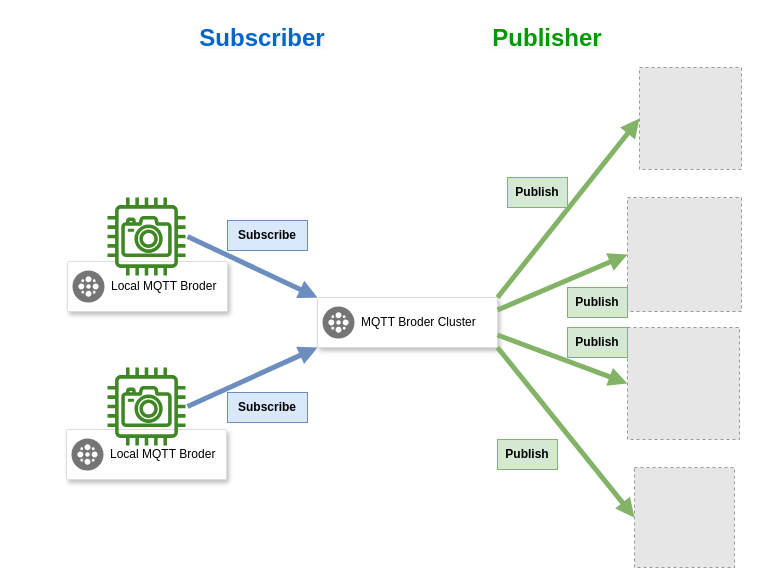
sun873087/drawio keeps this draw.io diagram as RTSP_MQTT_framework.drawio. Above is the earlier version. Source tidied: cells renumbered, new cells numbered last; positions are measured from the earlier drawing's top-left corner, leaving out a move shared by most shapes. Both pictures are drawn from the tidied source at 100%, with x=0, y=0 at pixel (66, 17). Pictures stored in the file or linked from it are replaced by grey dashed boxes.
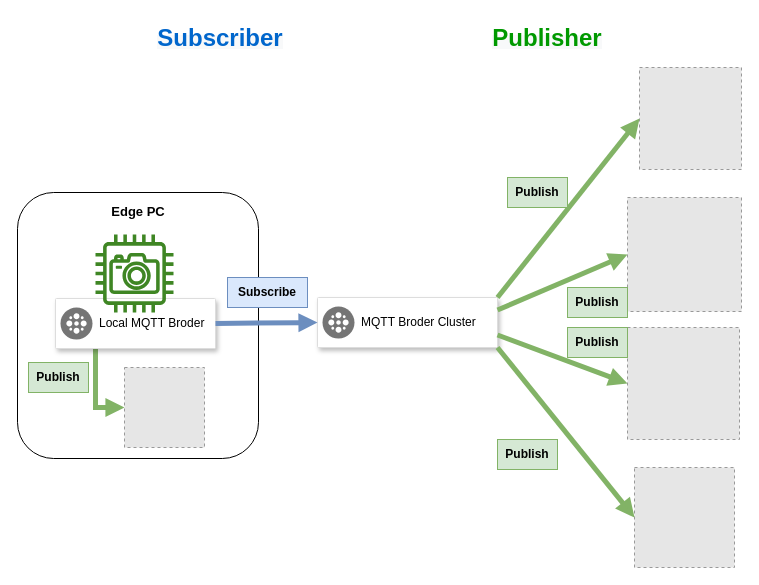
The same page after the edit.

The change refers to these unchanged cells:
```xml
<mxCell id="8" style="strokeColor=#dddddd;shadow=1;strokeWidth=1;rounded=1;absoluteArcSize=1;arcSize=2;" parent="1" vertex="1">
  <mxGeometry x="251" y="280" width="180" height="50" as="geometry" />
</mxCell>
```

Change to the diagram source:
```diff
@@
-    <mxCell id="2" style="strokeColor=#dddddd;shadow=1;strokeWidth=1;rounded=1;absoluteArcSize=1;arcSize=2;" parent="1" vertex="1">
-      <mxGeometry y="412" width="160" height="50" as="geometry" />
-    </mxCell>
-    <mxCell id="3" value="&lt;div style=&quot;text-align: center;&quot;&gt;&lt;span style=&quot;background-color: initial;&quot;&gt;Local MQTT&amp;nbsp;&lt;/span&gt;&lt;span style=&quot;background-color: initial;&quot;&gt;Broder&lt;/span&gt;&lt;/div&gt;" style="sketch=0;dashed=0;html=1;fillColor=#757575;strokeColor=none;shape=mxgraph.gcp2.cluster;labelPosition=right;verticalLabelPosition=middle;align=left;verticalAlign=middle;spacingLeft=5;fontSize=12;" parent="2" vertex="1">
-      <mxGeometry y="0.5" width="32" height="32" relative="1" as="geometry">
-        <mxPoint x="5" y="-16" as="offset" />
-      </mxGeometry>
-    </mxCell>
+    <mxCell id="28" style="rounded=1;whiteSpace=wrap;html=1;" parent="1" vertex="1">
+      <mxGeometry x="-49" y="175" width="241" height="266" as="geometry" />
+    </mxCell>
+    <mxCell id="29" style="edgeStyle=orthogonalEdgeStyle;rounded=0;jettySize=auto;html=1;exitX=0.25;exitY=1;exitDx=0;exitDy=0;entryX=0;entryY=0.5;entryDx=0;entryDy=0;fontSize=11;endArrow=block;strokeColor=#82b366;strokeWidth=5;fillColor=#d5e8d4;endFill=1;" parent="1" edge="1" source="4" target="31">
+      <mxGeometry relative="1" as="geometry" />
+    </mxCell>
     <mxCell id="4" style="strokeColor=#dddddd;shadow=1;strokeWidth=1;rounded=1;absoluteArcSize=1;arcSize=2;" parent="1" vertex="1">
-      <mxGeometry x="1" y="244" width="160" height="50" as="geometry" />
+      <mxGeometry x="-11" y="281" width="160" height="50" as="geometry" />
     </mxCell>
@@
     <mxCell id="6" style="sketch=0;outlineConnect=0;fontColor=#232F3E;gradientColor=none;fillColor=#3F8624;strokeColor=none;dashed=0;verticalLabelPosition=bottom;verticalAlign=top;align=center;html=1;fontSize=12;fontStyle=0;shape=mxgraph.aws4.camera;" parent="1" vertex="1">
-      <mxGeometry x="41" y="180" width="78" height="78" as="geometry" />
+      <mxGeometry x="29" y="217" width="78" height="78" as="geometry" />
     </mxCell>
-    <mxCell id="7" style="sketch=0;fontColor=#232F3E;gradientColor=none;fillColor=#3F8624;strokeColor=none;dashed=0;verticalLabelPosition=bottom;verticalAlign=top;align=center;html=1;fontSize=12;fontStyle=0;shape=mxgraph.aws4.camera;" parent="1" vertex="1">
-      <mxGeometry x="41" y="350" width="78" height="78" as="geometry" />
-    </mxCell>
@@
-    <mxCell id="14" style="endArrow=block;html=1;rounded=0;entryX=0;entryY=0;entryDx=0;entryDy=0;strokeWidth=5;fillColor=#dae8fc;strokeColor=#6c8ebf;exitX=1.026;exitY=0.5;exitDx=0;exitDy=0;exitPerimeter=0;endFill=1;" parent="1" edge="1" source="6" target="8">
+    <mxCell id="14" style="endArrow=block;html=1;rounded=0;entryX=0;entryY=0.5;entryDx=0;entryDy=0;strokeWidth=5;fillColor=#dae8fc;strokeColor=#6c8ebf;exitX=1;exitY=0.5;exitDx=0;exitDy=0;endFill=1;" parent="1" edge="1" source="4" target="8">
       <mxGeometry relative="1" as="geometry" />
     </mxCell>
-    <mxCell id="15" style="endArrow=block;html=1;rounded=0;entryX=0;entryY=1;entryDx=0;entryDy=0;strokeWidth=5;fillColor=#dae8fc;strokeColor=#6c8ebf;endFill=1;" parent="1" edge="1" target="8">
-      <mxGeometry relative="1" as="geometry">
-        <mxPoint x="121" y="389" as="sourcePoint" />
-      </mxGeometry>
-    </mxCell>
     <mxCell id="16" value="&lt;b&gt;Subscribe&lt;/b&gt;" style="text;html=1;strokeColor=#6c8ebf;fillColor=#dae8fc;align=center;verticalAlign=middle;whiteSpace=wrap;rounded=0;" parent="1" vertex="1">
-      <mxGeometry x="161" y="203" width="80" height="30" as="geometry" />
+      <mxGeometry x="161" y="260" width="80" height="30" as="geometry" />
     </mxCell>
@@
     <mxCell id="18" value="&lt;b style=&quot;font-family: Helvetica; font-style: normal; font-variant-ligatures: normal; font-variant-caps: normal; letter-spacing: normal; orphans: 2; text-indent: 0px; text-transform: none; widows: 2; word-spacing: 0px; -webkit-text-stroke-width: 0px; background-color: rgb(248, 249, 250); text-decoration-thickness: initial; text-decoration-style: initial; text-decoration-color: initial;&quot;&gt;&lt;font color=&quot;#0066cc&quot; style=&quot;font-size: 24px;&quot;&gt;Subscriber&lt;/font&gt;&lt;/b&gt;" style="text;whiteSpace=wrap;html=1;align=center;" parent="1" vertex="1">
-      <mxGeometry x="151" width="90" height="30" as="geometry" />
+      <mxGeometry x="109" width="90" height="30" as="geometry" />
     </mxCell>
-    <mxCell id="19" value="&lt;b&gt;Subscribe&lt;/b&gt;" style="text;html=1;strokeColor=#6c8ebf;fillColor=#dae8fc;align=center;verticalAlign=middle;whiteSpace=wrap;rounded=0;" parent="1" vertex="1">
-      <mxGeometry x="161" y="375" width="80" height="30" as="geometry" />
-    </mxCell>
@@
+    <mxCell id="30" value="&lt;b&gt;&lt;font style=&quot;font-size: 13px;&quot;&gt;Edge PC&lt;/font&gt;&lt;/b&gt;" style="text;html=1;strokeColor=none;fillColor=none;align=center;verticalAlign=middle;whiteSpace=wrap;rounded=0;" parent="1" vertex="1">
+      <mxGeometry x="41.5" y="179" width="60" height="30" as="geometry" />
+    </mxCell>
+    <mxCell id="31" style="fillColor=#E6E6E6;strokeColor=#999999;dashed=1;verticalLabelPosition=bottom;labelBackgroundColor=default;verticalAlign=top;" parent="1" vertex="1">
+      <mxGeometry x="58" y="350" width="80" height="80" as="geometry" />
+    </mxCell>
+    <mxCell id="32" value="&lt;b&gt;Publish&lt;/b&gt;" style="text;html=1;strokeColor=#82b366;fillColor=#d5e8d4;align=center;verticalAlign=middle;whiteSpace=wrap;rounded=0;" parent="1" vertex="1">
+      <mxGeometry x="-38" y="345" width="60" height="30" as="geometry" />
+    </mxCell>
```
